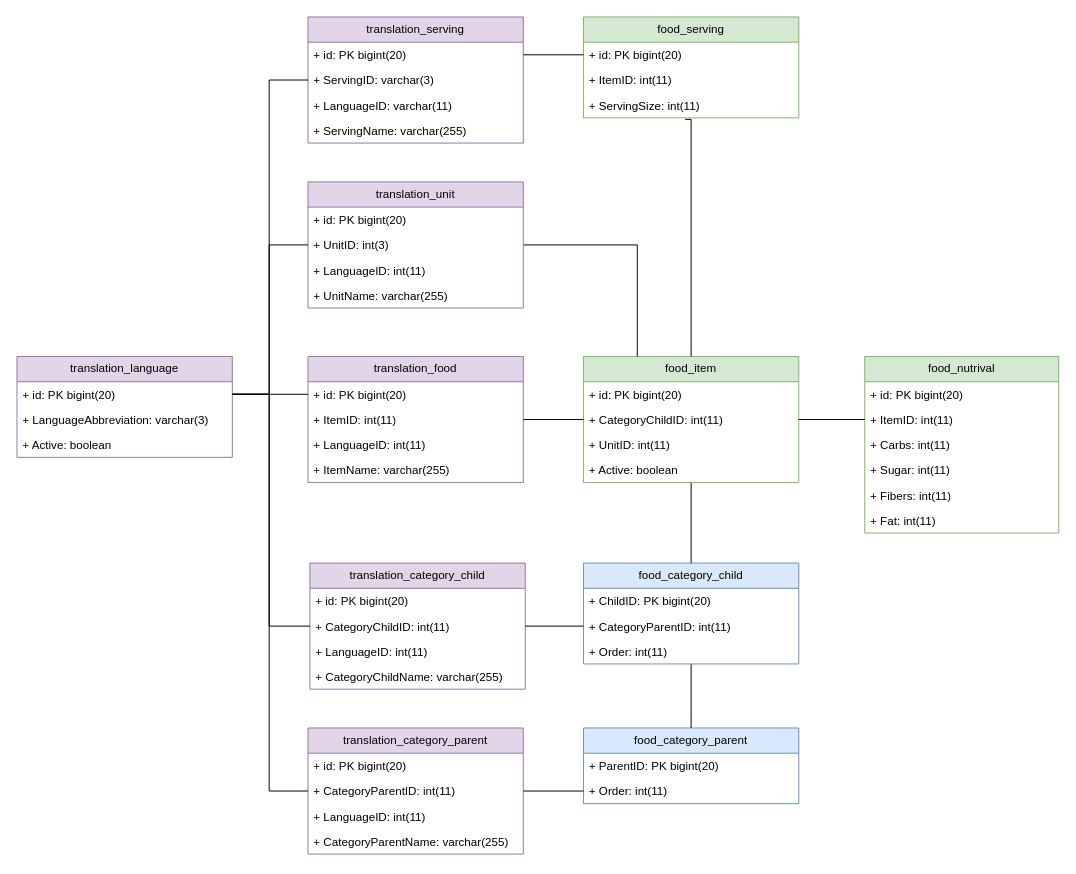
Earlier version of the draw.io diagram docs/data_model.drawio (BasilTschopp/carbs.ch). Source tidied: cells renumbered, new cells numbered last; positions are measured from the earlier drawing's top-left corner, leaving out a move shared by most shapes. Both pictures are drawn from the tidied source at 97%, with x=0, y=0 at pixel (16, 16).
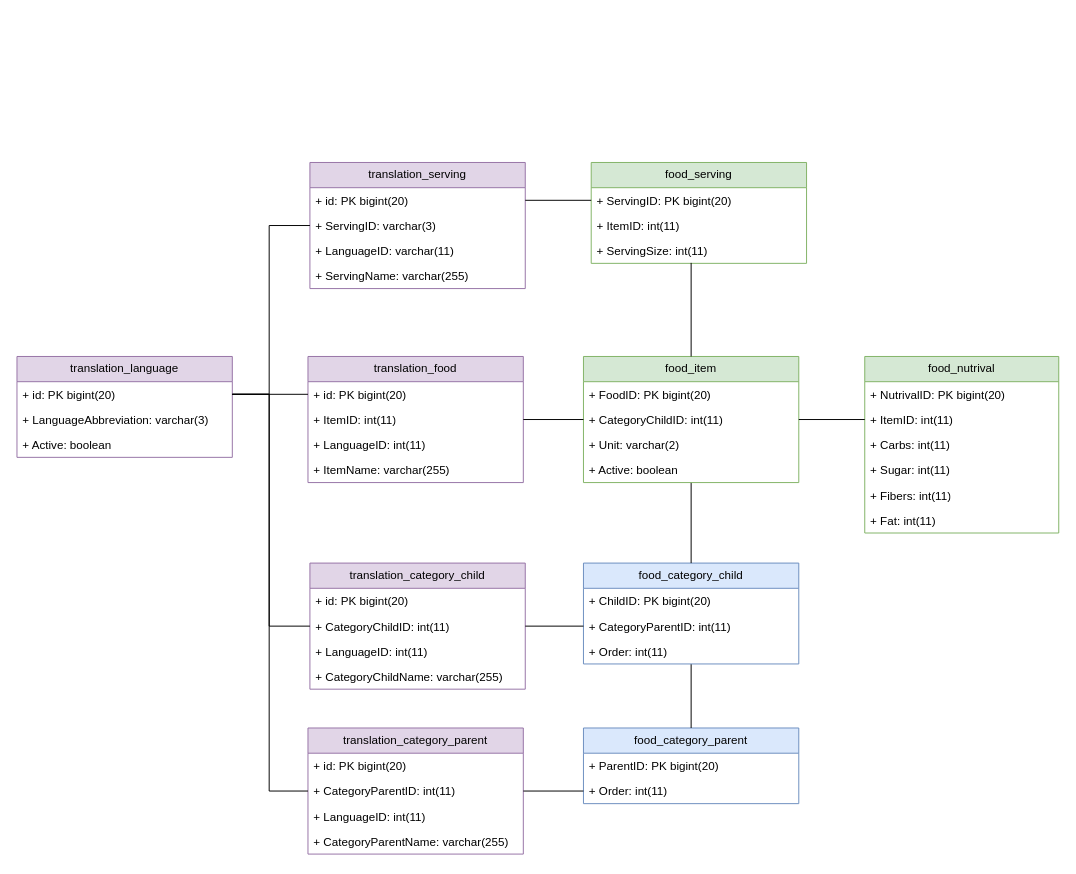
After the change.

Commit message (it also covers changes not shown here):
Model for Multi-Lingualism

The change refers to these unchanged cells:
```xml
<mxCell id="11" value="food_item" style="swimlane;fontStyle=0;horizontal=1;startSize=26;fillColor=#d5e8d4;whiteSpace=wrap;html=1;strokeColor=#82b366;" parent="1" vertex="1">
  <mxGeometry x="584" y="350" width="222" height="130" as="geometry" />
</mxCell>
<mxCell id="16" value="food_nutrival" style="swimlane;fontStyle=0;horizontal=1;startSize=26;fillColor=#d5e8d4;whiteSpace=wrap;html=1;strokeColor=#82b366;" parent="1" vertex="1">
  <mxGeometry x="874" y="350" width="200" height="182" as="geometry" />
</mxCell>
<mxCell id="27" value="+ ServingSize: int(11)" style="text;strokeColor=none;fillColor=none;align=left;verticalAlign=top;spacingLeft=4;spacingRight=4;overflow=hidden;points=[[0,0.5],[1,0.5]];portConstraint=eastwest;whiteSpace=wrap;html=1;" parent="24" vertex="1">
  <mxGeometry y="78" width="222" height="26" as="geometry" />
</mxCell>
<mxCell id="30" value="+ ServingID: varchar(3)" style="text;strokeColor=none;fillColor=none;align=left;verticalAlign=top;spacingLeft=4;spacingRight=4;overflow=hidden;points=[[0,0.5],[1,0.5]];portConstraint=eastwest;whiteSpace=wrap;html=1;" parent="28" vertex="1">
  <mxGeometry y="52" width="222" height="26" as="geometry" />
</mxCell>
<mxCell id="60" value="+ id: PK bigint(20)" style="text;strokeColor=none;fillColor=none;align=left;verticalAlign=top;spacingLeft=4;spacingRight=4;overflow=hidden;points=[[0,0.5],[1,0.5]];portConstraint=eastwest;whiteSpace=wrap;html=1;" parent="59" vertex="1">
  <mxGeometry y="26" width="222" height="26" as="geometry" />
</mxCell>
```

Change to the diagram source:
```diff
@@
-    <mxCell id="12" value="+ id: PK bigint(20)" style="text;strokeColor=none;fillColor=none;align=left;verticalAlign=top;spacingLeft=4;spacingRight=4;overflow=hidden;whiteSpace=wrap;html=1;" parent="11" vertex="1">
+    <mxCell id="12" value="+ FoodID: PK bigint(20)" style="text;strokeColor=none;fillColor=none;align=left;verticalAlign=top;spacingLeft=4;spacingRight=4;overflow=hidden;whiteSpace=wrap;html=1;" parent="11" vertex="1">
       <mxGeometry y="26" width="222" height="26" as="geometry" />
     </mxCell>
@@
-    <mxCell id="14" value="+ UnitID: int(11)" style="text;strokeColor=none;fillColor=none;align=left;verticalAlign=top;spacingLeft=4;spacingRight=4;overflow=hidden;whiteSpace=wrap;html=1;" parent="11" vertex="1">
+    <mxCell id="14" value="+ Unit: varchar(2)" style="text;strokeColor=none;fillColor=none;align=left;verticalAlign=top;spacingLeft=4;spacingRight=4;overflow=hidden;whiteSpace=wrap;html=1;" parent="11" vertex="1">
       <mxGeometry y="78" width="222" height="26" as="geometry" />
     </mxCell>
@@
-    <mxCell id="17" value="+ id: PK bigint(20)" style="text;strokeColor=none;fillColor=none;align=left;verticalAlign=top;spacingLeft=4;spacingRight=4;overflow=hidden;whiteSpace=wrap;html=1;" parent="16" vertex="1">
+    <mxCell id="17" value="+ NutrivalID: PK bigint(20)" style="text;strokeColor=none;fillColor=none;align=left;verticalAlign=top;spacingLeft=4;spacingRight=4;overflow=hidden;whiteSpace=wrap;html=1;" parent="16" vertex="1">
       <mxGeometry y="26" width="200" height="26" as="geometry" />
     </mxCell>
@@
-    <mxCell id="23" style="edgeStyle=orthogonalEdgeStyle;rounded=0;jettySize=auto;html=1;entryX=0.5;entryY=0;entryDx=0;entryDy=0;endArrow=none;endFill=0;exitX=0.472;exitY=1.061;exitDx=0;exitDy=0;exitPerimeter=0;" parent="1" edge="1" source="27" target="11">
-      <mxGeometry relative="1" as="geometry">
-        <Array as="points">
-          <mxPoint x="695" y="106" />
-        </Array>
-      </mxGeometry>
-    </mxCell>
     <mxCell id="24" value="food_serving" style="swimlane;fontStyle=0;horizontal=1;startSize=26;fillColor=#d5e8d4;whiteSpace=wrap;html=1;strokeColor=#82b366;" parent="1" vertex="1">
-      <mxGeometry x="584" width="222" height="104" as="geometry" />
+      <mxGeometry x="592" y="150" width="222" height="104" as="geometry" />
     </mxCell>
-    <mxCell id="25" value="+ id: PK bigint(20)" style="text;strokeColor=none;fillColor=none;align=left;verticalAlign=top;spacingLeft=4;spacingRight=4;overflow=hidden;points=[[0,0.5],[1,0.5]];portConstraint=eastwest;whiteSpace=wrap;html=1;" parent="24" vertex="1">
+    <mxCell id="25" value="+ ServingID: PK bigint(20)" style="text;strokeColor=none;fillColor=none;align=left;verticalAlign=top;spacingLeft=4;spacingRight=4;overflow=hidden;points=[[0,0.5],[1,0.5]];portConstraint=eastwest;whiteSpace=wrap;html=1;" parent="24" vertex="1">
       <mxGeometry y="26" width="222" height="26" as="geometry" />
     </mxCell>
@@
     <mxCell id="28" value="translation_serving" style="swimlane;fontStyle=0;horizontal=1;startSize=26;fillColor=#e1d5e7;whiteSpace=wrap;html=1;strokeColor=#9673a6;" parent="1" vertex="1">
-      <mxGeometry x="300" width="222" height="130" as="geometry" />
+      <mxGeometry x="302" y="150" width="222" height="130" as="geometry" />
     </mxCell>
@@
-    <mxCell id="48" style="edgeStyle=orthogonalEdgeStyle;rounded=0;jettySize=auto;html=1;entryX=0.25;entryY=0;entryDx=0;entryDy=0;exitX=1;exitY=0.5;exitDx=0;exitDy=0;endArrow=none;endFill=0;" parent="1" edge="1" source="51" target="11">
-      <mxGeometry relative="1" as="geometry" />
-    </mxCell>
-    <mxCell id="49" value="translation_unit" style="swimlane;fontStyle=0;horizontal=1;startSize=26;fillColor=#e1d5e7;whiteSpace=wrap;html=1;strokeColor=#9673a6;" parent="1" vertex="1">
-      <mxGeometry x="300" y="170" width="222" height="130" as="geometry" />
-    </mxCell>
-    <mxCell id="50" value="+ id: PK bigint(20)" style="text;strokeColor=none;fillColor=none;align=left;verticalAlign=top;spacingLeft=4;spacingRight=4;overflow=hidden;whiteSpace=wrap;html=1;" parent="49" vertex="1">
-      <mxGeometry y="26" width="222" height="26" as="geometry" />
-    </mxCell>
-    <mxCell id="51" value="+ UnitID: int(3)" style="text;strokeColor=none;fillColor=none;align=left;verticalAlign=top;spacingLeft=4;spacingRight=4;overflow=hidden;points=[[0,0.5],[1,0.5]];portConstraint=eastwest;whiteSpace=wrap;html=1;" parent="49" vertex="1">
-      <mxGeometry y="52" width="222" height="26" as="geometry" />
-    </mxCell>
-    <mxCell id="52" value="+ LanguageID: int(11)" style="text;strokeColor=none;fillColor=none;align=left;verticalAlign=top;spacingLeft=4;spacingRight=4;overflow=hidden;whiteSpace=wrap;html=1;" parent="49" vertex="1">
-      <mxGeometry y="78" width="222" height="26" as="geometry" />
-    </mxCell>
-    <mxCell id="53" value="+ UnitName: varchar(255)" style="text;strokeColor=none;fillColor=none;align=left;verticalAlign=top;spacingLeft=4;spacingRight=4;overflow=hidden;whiteSpace=wrap;html=1;" parent="49" vertex="1">
-      <mxGeometry y="104" width="222" height="26" as="geometry" />
-    </mxCell>
@@
-    <mxCell id="64" style="edgeStyle=orthogonalEdgeStyle;rounded=0;jettySize=auto;html=1;entryX=1;entryY=0.5;entryDx=0;entryDy=0;endArrow=none;endFill=0;" parent="1" edge="1" source="30" target="60">
+    <mxCell id="64" style="edgeStyle=orthogonalEdgeStyle;rounded=0;jettySize=auto;html=1;entryX=1;entryY=0.5;entryDx=0;entryDy=0;endArrow=none;endFill=0;exitX=0;exitY=0.5;exitDx=0;exitDy=0;" parent="1" edge="1" source="30" target="60">
       <mxGeometry relative="1" as="geometry">
         <Array as="points">
-          <mxPoint x="260" y="65" />
+          <mxPoint x="260" y="215" />
           <mxPoint x="260" y="389" />
         </Array>
       </mxGeometry>
     </mxCell>
-    <mxCell id="65" style="edgeStyle=orthogonalEdgeStyle;rounded=0;jettySize=auto;html=1;entryX=1;entryY=0.5;entryDx=0;entryDy=0;endArrow=none;endFill=0;" parent="1" edge="1" source="51" target="60">
-      <mxGeometry relative="1" as="geometry">
-        <Array as="points">
-          <mxPoint x="260" y="235" />
-          <mxPoint x="260" y="389" />
-        </Array>
-      </mxGeometry>
-    </mxCell>
@@
+    <mxCell id="68" style="edgeStyle=orthogonalEdgeStyle;rounded=0;jettySize=auto;html=1;entryX=0.464;entryY=0.981;entryDx=0;entryDy=0;entryPerimeter=0;endArrow=none;endFill=0;" parent="1" edge="1" source="11" target="27">
+      <mxGeometry relative="1" as="geometry" />
+    </mxCell>
```
